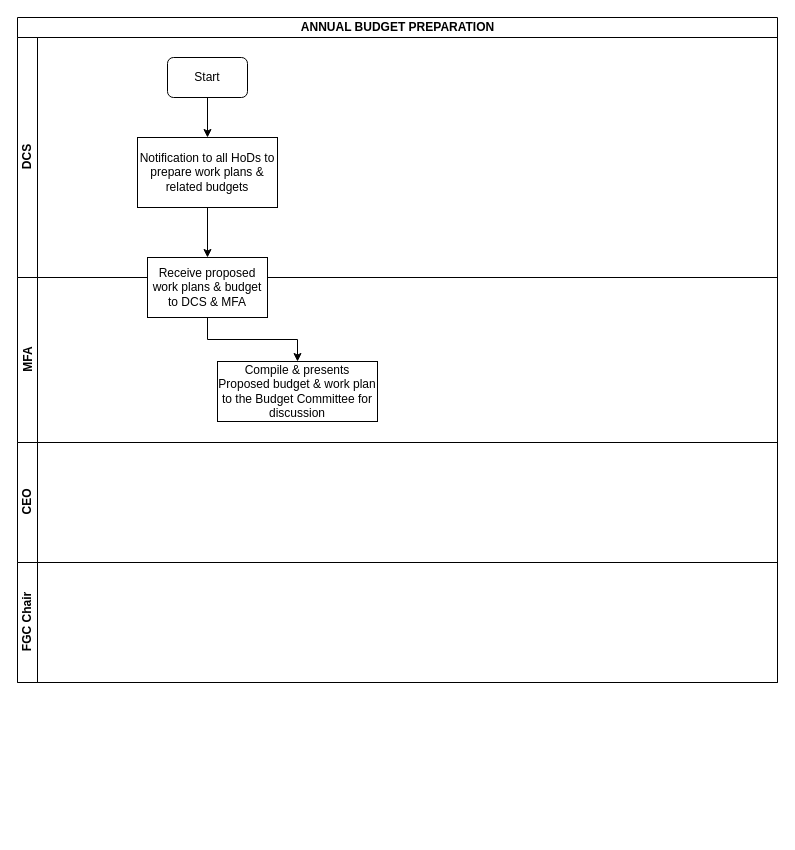
Before: LC-FIN-Annual Budget Preparation.drawio in kmagua/flowcharts, a draw.io diagram. Source tidied: cells renumbered, new cells numbered last; positions are measured from the earlier drawing's top-left corner, leaving out a move shared by most shapes. Both pictures are drawn from the tidied source at 100%, with x=0, y=0 at pixel (17, 17).
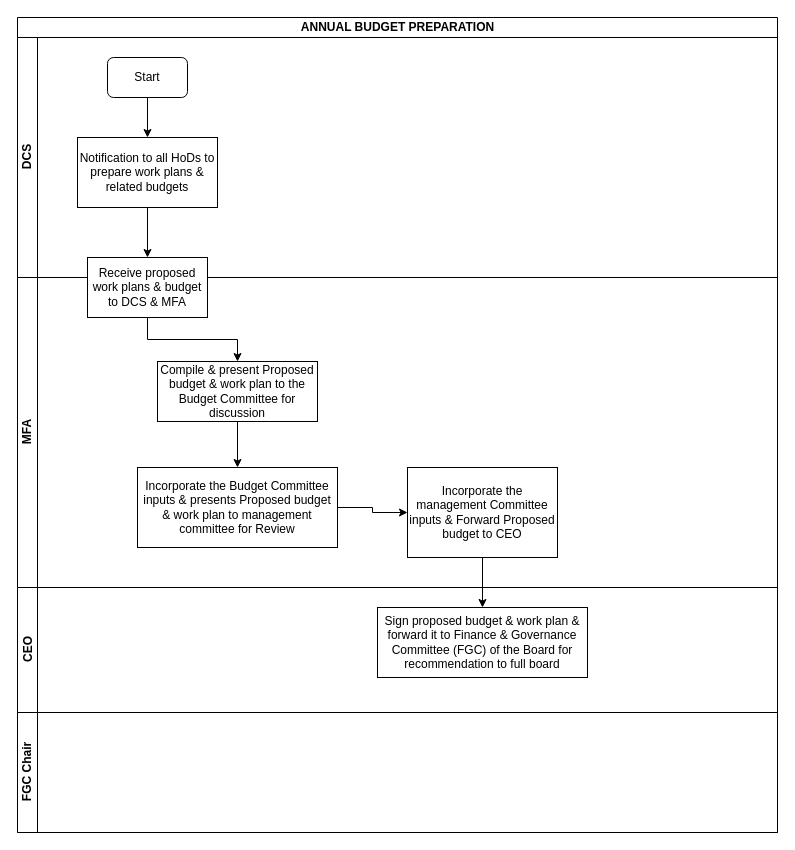
After the change.

Change to the diagram source:
```diff
@@
 <mxGraphModel>
   <root>
     <mxCell id="0" />
     <mxCell id="1" parent="0" />
     <mxCell id="2" value="ANNUAL BUDGET PREPARATION" style="swimlane;html=1;horizontal=1;startSize=20;" parent="1" vertex="1">
-      <mxGeometry width="760" height="665" as="geometry" />
+      <mxGeometry width="760" height="815" as="geometry" />
     </mxCell>
     <mxCell id="3" value="DCS" style="swimlane;html=1;startSize=20;horizontal=0;" parent="2" vertex="1">
       <mxGeometry y="20" width="760" height="240" as="geometry" />
     </mxCell>
     <mxCell id="4" value="Start" style="rounded=1;whiteSpace=wrap;html=1;" parent="3" vertex="1">
-      <mxGeometry x="150" y="20" width="80" height="40" as="geometry" />
+      <mxGeometry x="90" y="20" width="80" height="40" as="geometry" />
     </mxCell>
     <mxCell id="5" value="Notification to all HoDs to prepare work plans &amp;amp; related budgets" style="rounded=0;whiteSpace=wrap;html=1;" parent="3" vertex="1">
-      <mxGeometry x="120" y="100" width="140" height="70" as="geometry" />
+      <mxGeometry x="60" y="100" width="140" height="70" as="geometry" />
     </mxCell>
     <mxCell id="6" style="edgeStyle=orthogonalEdgeStyle;rounded=0;jettySize=auto;html=1;" parent="3" edge="1" source="4" target="5">
       <mxGeometry relative="1" as="geometry" />
     </mxCell>
+    <mxCell id="13" style="edgeStyle=orthogonalEdgeStyle;rounded=0;jettySize=auto;html=1;" parent="2" edge="1" source="5" target="8">
+      <mxGeometry relative="1" as="geometry" />
+    </mxCell>
     <mxCell id="7" value="MFA" style="swimlane;html=1;startSize=20;horizontal=0;" parent="2" vertex="1">
-      <mxGeometry y="260" width="760" height="165" as="geometry" />
+      <mxGeometry y="260" width="760" height="310" as="geometry" />
     </mxCell>
     <mxCell id="8" value="Receive proposed work plans &amp;amp; budget to DCS &amp;amp; MFA" style="whiteSpace=wrap;html=1;rounded=0;" parent="7" vertex="1">
-      <mxGeometry x="130" y="-20" width="120" height="60" as="geometry" />
+      <mxGeometry x="70" y="-20" width="120" height="60" as="geometry" />
     </mxCell>
-    <mxCell id="9" value="Compile &amp;amp; presents Proposed budget &amp;amp; work plan to the Budget Committee for discussion" style="whiteSpace=wrap;html=1;rounded=0;" parent="7" vertex="1">
-      <mxGeometry x="200" y="84" width="160" height="60" as="geometry" />
+    <mxCell id="9" value="Compile &amp;amp; present Proposed budget &amp;amp; work plan to the Budget Committee for discussion" style="whiteSpace=wrap;html=1;rounded=0;" parent="7" vertex="1">
+      <mxGeometry x="140" y="84" width="160" height="60" as="geometry" />
     </mxCell>
     <mxCell id="10" style="edgeStyle=orthogonalEdgeStyle;rounded=0;jettySize=auto;html=1;" parent="7" edge="1" source="8" target="9">
       <mxGeometry relative="1" as="geometry" />
     </mxCell>
+    <mxCell id="14" value="Incorporate the Budget Committee inputs &amp;amp; presents Proposed budget &amp;amp; work plan to management committee for Review" style="whiteSpace=wrap;html=1;rounded=0;" parent="7" vertex="1">
+      <mxGeometry x="120" y="190" width="200" height="80" as="geometry" />
+    </mxCell>
+    <mxCell id="15" style="edgeStyle=orthogonalEdgeStyle;rounded=0;jettySize=auto;html=1;" parent="7" edge="1" source="9" target="14">
+      <mxGeometry relative="1" as="geometry" />
+    </mxCell>
+    <mxCell id="16" value="Incorporate the management Committee inputs &amp;amp; Forward Proposed budget to CEO" style="whiteSpace=wrap;html=1;rounded=0;" parent="7" vertex="1">
+      <mxGeometry x="390" y="190" width="150" height="90" as="geometry" />
+    </mxCell>
+    <mxCell id="17" style="edgeStyle=orthogonalEdgeStyle;rounded=0;jettySize=auto;html=1;" parent="7" edge="1" source="14" target="16">
+      <mxGeometry relative="1" as="geometry" />
+    </mxCell>
     <mxCell id="11" value="CEO" style="swimlane;html=1;startSize=20;horizontal=0;" parent="2" vertex="1">
-      <mxGeometry y="425" width="760" height="120" as="geometry" />
+      <mxGeometry y="570" width="760" height="125" as="geometry" />
     </mxCell>
+    <mxCell id="18" value="Sign proposed budget &amp;amp; work plan &amp;amp; forward it to Finance &amp;amp; Governance Committee (FGC) of the Board for recommendation to full board" style="whiteSpace=wrap;html=1;rounded=0;" parent="11" vertex="1">
+      <mxGeometry x="360" y="20" width="210" height="70" as="geometry" />
+    </mxCell>
     <mxCell id="12" value="FGC Chair" style="swimlane;html=1;startSize=20;horizontal=0;" parent="2" vertex="1">
-      <mxGeometry y="545" width="760" height="120" as="geometry" />
+      <mxGeometry y="695" width="760" height="120" as="geometry" />
     </mxCell>
-    <mxCell id="13" style="edgeStyle=orthogonalEdgeStyle;rounded=0;jettySize=auto;html=1;" parent="2" edge="1" source="5" target="8">
-      <mxGeometry relative="1" as="geometry" />
-    </mxCell>
+    <mxCell id="19" style="edgeStyle=orthogonalEdgeStyle;rounded=0;jettySize=auto;html=1;" parent="2" edge="1" source="16" target="18">
+      <mxGeometry relative="1" as="geometry" />
+    </mxCell>
   </root>
 </mxGraphModel>
```
